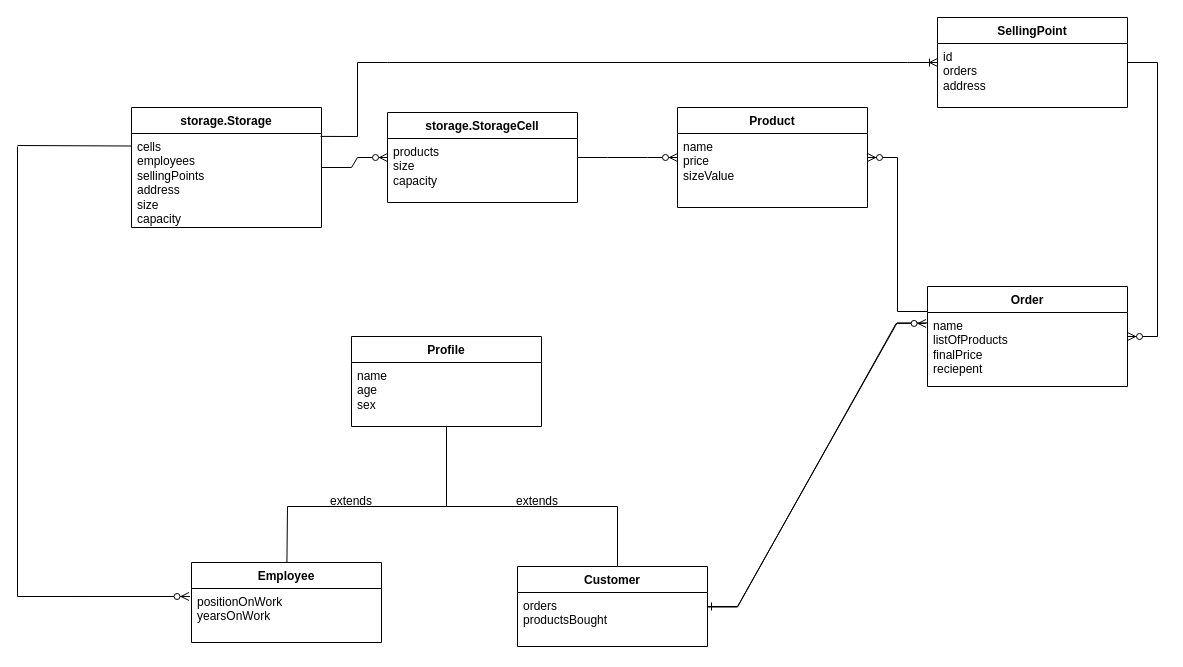
The draw.io diagram diagram/Project_diagram.drawio in LebGes-classes/second-project-xJust-N, before the edit. Source tidied: cells renumbered, new cells numbered last; positions are measured from the earlier drawing's top-left corner, leaving out a move shared by most shapes. Both pictures are drawn from the tidied source at 100%, with x=0, y=0 at pixel (17, 17).
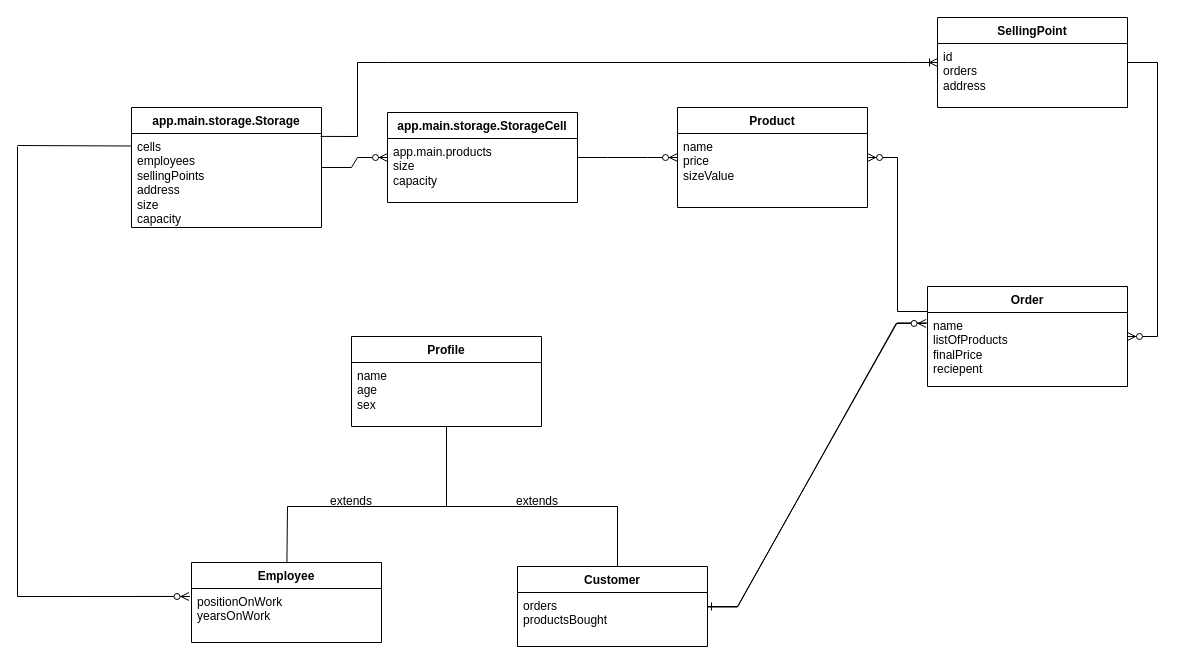
The same diagram, later.

Diff of the diagram source:
```diff
@@
-    <mxCell id="3" value="storage.Storage" style="swimlane;fontStyle=1;align=center;verticalAlign=top;horizontal=1;startSize=26;whiteSpace=wrap;html=1;" parent="1" vertex="1">
+    <mxCell id="3" value="app.main.storage.Storage" style="swimlane;fontStyle=1;align=center;verticalAlign=top;horizontal=1;startSize=26;whiteSpace=wrap;html=1;" parent="1" vertex="1">
       <mxGeometry x="114" y="90" width="190" height="120" as="geometry" />
     </mxCell>
@@
-    <mxCell id="5" value="storage.StorageCell" style="swimlane;fontStyle=1;align=center;verticalAlign=top;horizontal=1;startSize=26;whiteSpace=wrap;html=1;" parent="1" vertex="1">
+    <mxCell id="5" value="app.main.storage.StorageCell" style="swimlane;fontStyle=1;align=center;verticalAlign=top;horizontal=1;startSize=26;whiteSpace=wrap;html=1;" parent="1" vertex="1">
       <mxGeometry x="370" y="95" width="190" height="90" as="geometry" />
     </mxCell>
-    <mxCell id="6" value="&lt;div&gt;&lt;span style=&quot;background-color: transparent; color: light-dark(rgb(0, 0, 0), rgb(255, 255, 255));&quot;&gt;products&lt;/span&gt;&lt;/div&gt;&lt;div&gt;size&lt;/div&gt;&lt;div&gt;capacity&lt;/div&gt;" style="text;strokeColor=none;fillColor=none;align=left;verticalAlign=top;spacingLeft=4;spacingRight=4;overflow=hidden;whiteSpace=wrap;html=1;" parent="5" vertex="1">
+    <mxCell id="6" value="&lt;div&gt;&lt;span style=&quot;background-color: transparent; color: light-dark(rgb(0, 0, 0), rgb(255, 255, 255));&quot;&gt;app.main.products&lt;/span&gt;&lt;/div&gt;&lt;div&gt;size&lt;/div&gt;&lt;div&gt;capacity&lt;/div&gt;" style="text;strokeColor=none;fillColor=none;align=left;verticalAlign=top;spacingLeft=4;spacingRight=4;overflow=hidden;whiteSpace=wrap;html=1;" parent="5" vertex="1">
       <mxGeometry y="26" width="190" height="64" as="geometry" />
     </mxCell>
```
